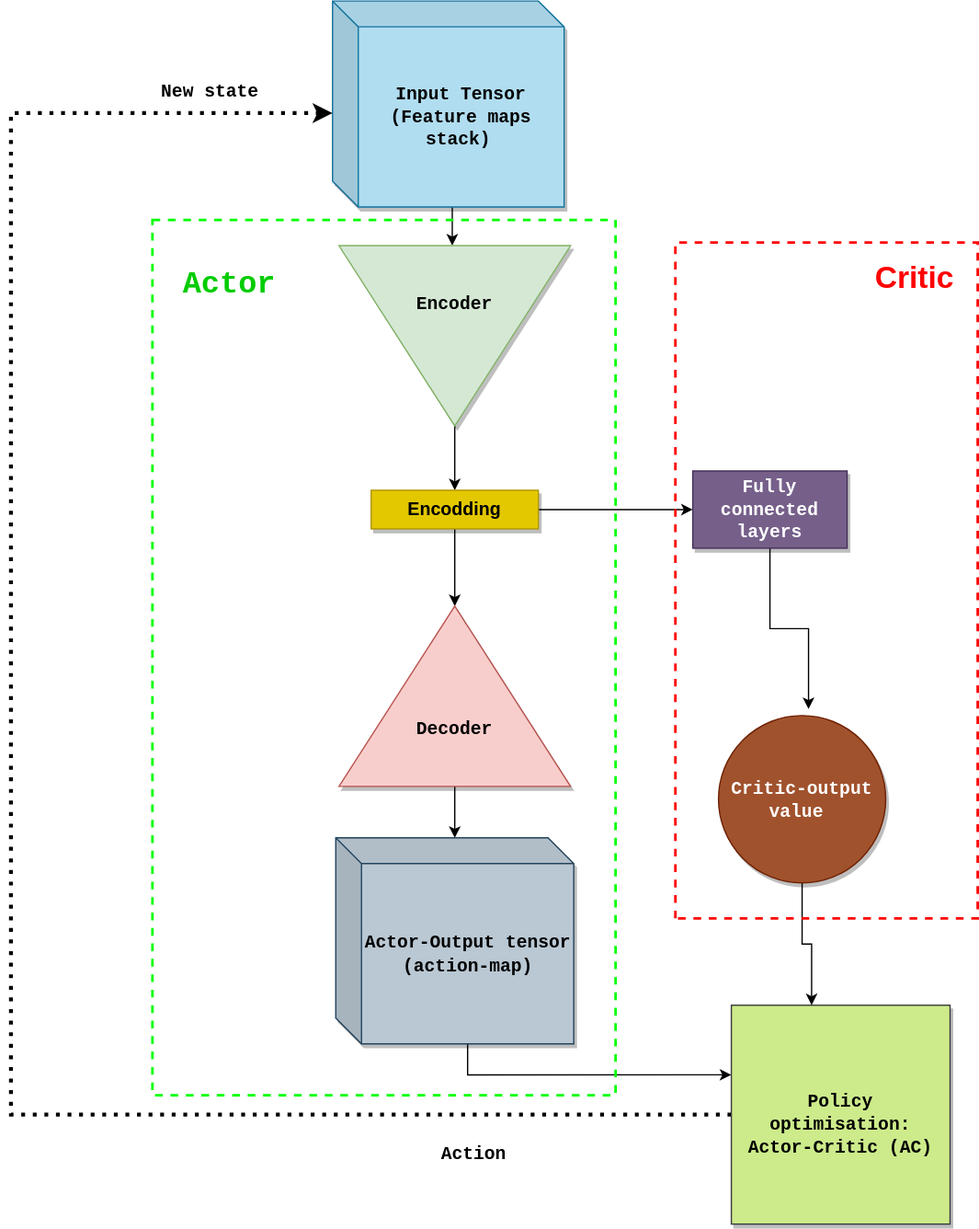
Before: static/img/grid_wise_diag.svg, a diagram exported from draw.io (MehdiZouitine/My_personal_blog). Source tidied: cells renumbered, new cells last; positions are measured from the earlier drawing's top-left corner, leaving out a move shared by most shapes.
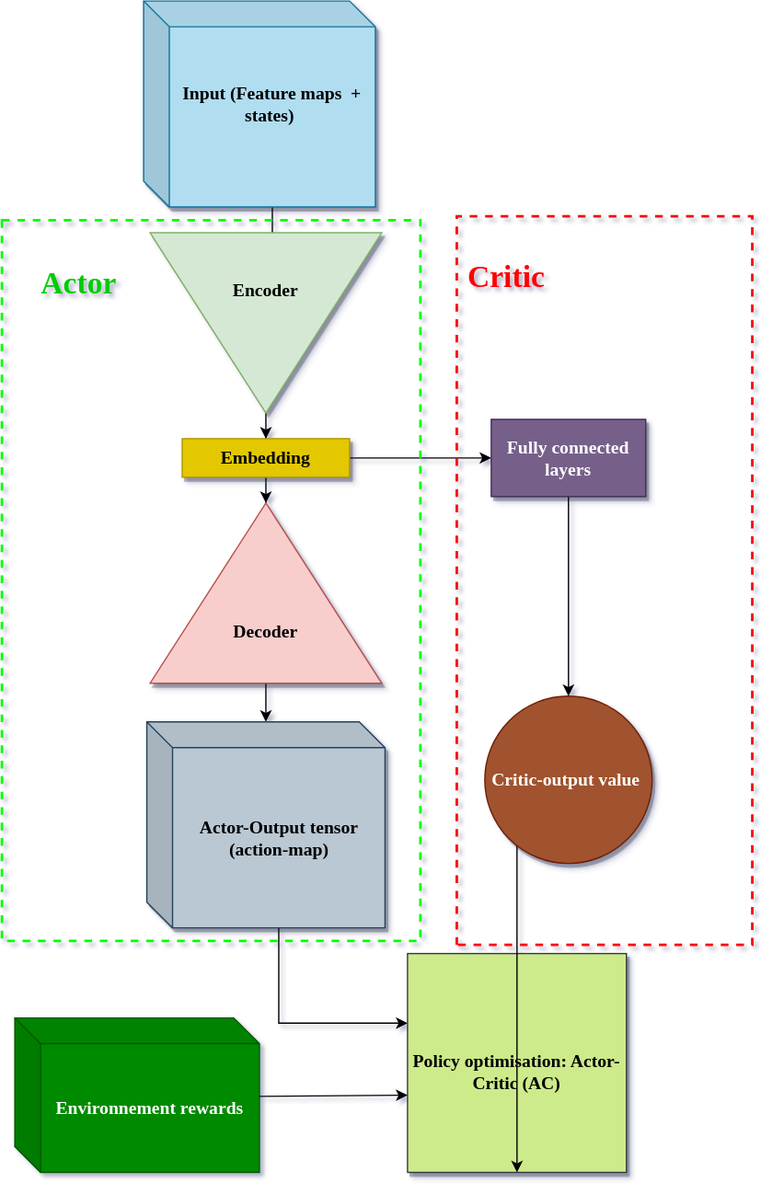
Later version of the same file.

Diff of the diagram source:
```diff
@@ -1,96 +1,90 @@
 <mxGraphModel>
   <root>
-    <mxCell id="0" />
-    <mxCell id="1" parent="0" />
-    <mxCell id="2" style="edgeStyle=orthogonalEdgeStyle;rounded=0;jettySize=auto;html=1;" parent="1" edge="1" source="3" target="5">
-      <mxGeometry relative="1" as="geometry">
-        <Array as="points">
-          <mxPoint x="350" y="200" />
-          <mxPoint x="350" y="200" />
-        </Array>
-      </mxGeometry>
-    </mxCell>
-    <mxCell id="3" style="shape=cube;whiteSpace=wrap;html=1;boundedLbl=1;backgroundOutline=1;darkOpacity=0.05;darkOpacity2=0.1;comic=0;shadow=1;fillColor=#b1ddf0;strokeColor=#10739e;" parent="1" vertex="1">
-      <mxGeometry x="250" width="180" height="160" as="geometry" />
-    </mxCell>
-    <mxCell id="4" style="edgeStyle=orthogonalEdgeStyle;rounded=0;jettySize=auto;html=1;entryX=0.5;entryY=0;entryDx=0;entryDy=0;" parent="1" edge="1" source="5" target="8">
-      <mxGeometry relative="1" as="geometry" />
-    </mxCell>
+    <mxCell id="28" />
+    <mxCell id="29" parent="28" />
+    <mxCell id="30" style="edgeStyle=orthogonalEdgeStyle;rounded=0;jettySize=auto;html=1;" parent="29" edge="1" source="31" target="5">
+      <mxGeometry relative="1" as="geometry">
+        <Array as="points">
+          <mxPoint x="350" y="200" />
+          <mxPoint x="350" y="200" />
+        </Array>
+      </mxGeometry>
+    </mxCell>
+    <mxCell id="31" style="shape=cube;whiteSpace=wrap;html=1;boundedLbl=1;backgroundOutline=1;darkOpacity=0.05;darkOpacity2=0.1;comic=0;shadow=1;fillColor=#b1ddf0;strokeColor=#10739e;" parent="29" vertex="1">
+      <mxGeometry x="250" y="10" width="180" height="160" as="geometry" />
+    </mxCell>
+    <mxCell id="32" style="edgeStyle=orthogonalEdgeStyle;rounded=0;jettySize=auto;html=1;entryX=0.5;entryY=0;entryDx=0;entryDy=0;" parent="29" edge="1" source="5" target="35">
+      <mxGeometry relative="1" as="geometry" />
+    </mxCell>
-    <mxCell id="5" style="triangle;whiteSpace=wrap;html=1;rotation=90;shadow=1;rounded=0;comic=0;fillColor=#d5e8d4;strokeColor=#82b366;" parent="1" vertex="1">
+    <mxCell id="5" style="triangle;whiteSpace=wrap;html=1;rotation=90;shadow=1;rounded=0;comic=0;fillColor=#d5e8d4;strokeColor=#82b366;" parent="29" vertex="1">
       <mxGeometry x="275" y="170" width="140" height="180" as="geometry" />
     </mxCell>
-    <mxCell id="6" style="edgeStyle=orthogonalEdgeStyle;rounded=0;jettySize=auto;html=1;" parent="1" edge="1" source="8" target="10">
-      <mxGeometry relative="1" as="geometry" />
-    </mxCell>
-    <mxCell id="7" style="edgeStyle=orthogonalEdgeStyle;rounded=0;jettySize=auto;html=1;entryX=0;entryY=0.5;entryDx=0;entryDy=0;" parent="1" edge="1" source="8" target="17">
-      <mxGeometry relative="1" as="geometry" />
-    </mxCell>
-    <mxCell id="8" value="&lt;h3&gt;&lt;font color=&quot;#000000&quot;&gt;Encodding&lt;/font&gt;&lt;/h3&gt;" style="rounded=0;whiteSpace=wrap;html=1;shadow=1;comic=0;rotation=0;fillColor=#e3c800;strokeColor=#B09500;fontColor=#ffffff;" parent="1" vertex="1">
-      <mxGeometry x="280" y="380" width="130" height="30" as="geometry" />
-    </mxCell>
-    <mxCell id="9" style="edgeStyle=orthogonalEdgeStyle;rounded=0;jettySize=auto;html=1;" parent="1" edge="1" source="10" target="12">
-      <mxGeometry relative="1" as="geometry" />
-    </mxCell>
-    <mxCell id="10" value="&lt;h3&gt;&lt;br&gt;&lt;/h3&gt;" style="triangle;whiteSpace=wrap;html=1;rotation=-90;shadow=1;rounded=0;comic=0;fillColor=#f8cecc;strokeColor=#b85450;" parent="1" vertex="1">
-      <mxGeometry x="275" y="450" width="140" height="180" as="geometry" />
-    </mxCell>
+    <mxCell id="33" style="edgeStyle=orthogonalEdgeStyle;rounded=0;jettySize=auto;html=1;" parent="29" edge="1" source="35" target="37">
+      <mxGeometry relative="1" as="geometry" />
+    </mxCell>
+    <mxCell id="34" style="edgeStyle=orthogonalEdgeStyle;rounded=0;jettySize=auto;html=1;entryX=0;entryY=0.5;entryDx=0;entryDy=0;" parent="29" edge="1" source="35" target="17">
+      <mxGeometry relative="1" as="geometry" />
+    </mxCell>
+    <mxCell id="35" value="&lt;h3&gt;&lt;font color=&quot;#000000&quot; face=&quot;Georgia&quot;&gt;Embedding&lt;/font&gt;&lt;/h3&gt;" style="rounded=0;whiteSpace=wrap;html=1;shadow=1;comic=0;rotation=0;fillColor=#e3c800;strokeColor=#B09500;fontColor=#ffffff;" parent="29" vertex="1">
+      <mxGeometry x="280" y="350" width="130" height="30" as="geometry" />
+    </mxCell>
+    <mxCell id="36" style="edgeStyle=orthogonalEdgeStyle;rounded=0;jettySize=auto;html=1;" parent="29" edge="1" source="37" target="12">
+      <mxGeometry relative="1" as="geometry" />
+    </mxCell>
+    <mxCell id="37" value="&lt;h3&gt;&lt;br&gt;&lt;/h3&gt;" style="triangle;whiteSpace=wrap;html=1;rotation=-90;shadow=1;rounded=0;comic=0;fillColor=#f8cecc;strokeColor=#b85450;" parent="29" vertex="1">
+      <mxGeometry x="275" y="380" width="140" height="180" as="geometry" />
+    </mxCell>
-    <mxCell id="11" style="edgeStyle=orthogonalEdgeStyle;rounded=0;jettySize=auto;html=1;exitX=0;exitY=0;exitDx=102.5;exitDy=160;exitPerimeter=0;strokeColor=#000000;strokeWidth=1;entryX=0;entryY=0.318;entryDx=0;entryDy=0;entryPerimeter=0;" parent="1" edge="1" source="12" target="19">
+    <mxCell id="11" style="edgeStyle=orthogonalEdgeStyle;rounded=0;jettySize=auto;html=1;exitX=0;exitY=0;exitDx=102.5;exitDy=160;exitPerimeter=0;strokeColor=#000000;strokeWidth=1;entryX=0;entryY=0.318;entryDx=0;entryDy=0;entryPerimeter=0;" parent="29" edge="1" source="12" target="19">
       <mxGeometry relative="1" as="geometry" />
     </mxCell>
-    <mxCell id="12" value="&lt;h3&gt;&lt;font face=&quot;Courier New&quot;&gt;Actor-Output tensor (action-map)&lt;/font&gt;&lt;/h3&gt;" style="shape=cube;whiteSpace=wrap;html=1;boundedLbl=1;backgroundOutline=1;darkOpacity=0.05;darkOpacity2=0.1;fillColor=#bac8d3;strokeColor=#23445d;comic=0;shadow=1;" parent="1" vertex="1">
-      <mxGeometry x="252.5" y="650" width="185" height="160" as="geometry" />
+    <mxCell id="12" value="&lt;h3&gt;&lt;font face=&quot;Georgia&quot;&gt;Actor-Output tensor (action-map)&lt;/font&gt;&lt;/h3&gt;" style="shape=cube;whiteSpace=wrap;html=1;boundedLbl=1;backgroundOutline=1;darkOpacity=0.05;darkOpacity2=0.1;fillColor=#bac8d3;strokeColor=#23445d;comic=0;shadow=1;" parent="29" vertex="1">
+      <mxGeometry x="252.5" y="570" width="185" height="160" as="geometry" />
     </mxCell>
-    <mxCell id="13" value="&lt;h3&gt;&lt;font face=&quot;Courier New&quot;&gt;Input Tensor (Feature maps stack)&lt;/font&gt;&amp;nbsp;&lt;/h3&gt;" style="text;html=1;strokeColor=none;fillColor=none;align=center;verticalAlign=middle;whiteSpace=wrap;rounded=0;shadow=1;comic=0;" parent="1" vertex="1">
-      <mxGeometry x="270" y="10" width="160" height="160" as="geometry" />
-    </mxCell>
+    <mxCell id="38" value="&lt;h3&gt;&lt;font face=&quot;Georgia&quot;&gt;Input (Feature maps&amp;nbsp; + states)&amp;nbsp;&lt;/font&gt;&lt;/h3&gt;" style="text;html=1;strokeColor=none;fillColor=none;align=center;verticalAlign=middle;whiteSpace=wrap;rounded=0;shadow=1;comic=0;" parent="29" vertex="1">
+      <mxGeometry x="270" y="10" width="160" height="160" as="geometry" />
+    </mxCell>
-    <mxCell id="14" value="&lt;h3&gt;&lt;font face=&quot;Courier New&quot;&gt;Encoder&lt;/font&gt;&lt;/h3&gt;" style="text;html=1;strokeColor=none;fillColor=none;align=center;verticalAlign=middle;whiteSpace=wrap;rounded=0;shadow=1;comic=0;" parent="1" vertex="1">
+    <mxCell id="14" value="&lt;h3&gt;&lt;font face=&quot;Georgia&quot;&gt;Encoder&lt;/font&gt;&lt;/h3&gt;" style="text;html=1;strokeColor=none;fillColor=none;align=center;verticalAlign=middle;whiteSpace=wrap;rounded=0;shadow=1;comic=0;" parent="29" vertex="1">
       <mxGeometry x="290" y="190" width="110" height="90" as="geometry" />
     </mxCell>
-    <mxCell id="15" value="&lt;h3&gt;&lt;font face=&quot;Courier New&quot;&gt;Decoder&lt;/font&gt;&lt;/h3&gt;" style="text;html=1;strokeColor=none;fillColor=none;align=center;verticalAlign=middle;whiteSpace=wrap;rounded=0;shadow=1;comic=0;" parent="1" vertex="1">
-      <mxGeometry x="325" y="555" width="40" height="20" as="geometry" />
+    <mxCell id="15" value="&lt;h3&gt;&lt;font&gt;Decoder&lt;/font&gt;&lt;/h3&gt;" style="text;html=1;strokeColor=none;fillColor=none;align=center;verticalAlign=middle;whiteSpace=wrap;rounded=0;shadow=1;comic=0;fontFamily=Georgia;" parent="29" vertex="1">
+      <mxGeometry x="325" y="490" width="40" height="20" as="geometry" />
     </mxCell>
-    <mxCell id="16" style="edgeStyle=orthogonalEdgeStyle;rounded=0;jettySize=auto;html=1;" parent="1" edge="1" source="17">
-      <mxGeometry relative="1" as="geometry">
-        <mxPoint x="620" y="550" as="targetPoint" />
-      </mxGeometry>
-    </mxCell>
+    <mxCell id="39" style="edgeStyle=orthogonalEdgeStyle;rounded=0;jettySize=auto;html=1;" parent="29" edge="1" source="17" target="21">
+      <mxGeometry relative="1" as="geometry" />
+    </mxCell>
-    <mxCell id="17" value="&lt;h3&gt;&lt;font face=&quot;Courier New&quot;&gt;Fully connected layers&lt;/font&gt;&lt;/h3&gt;" style="rounded=0;whiteSpace=wrap;html=1;shadow=1;comic=0;fillColor=#76608a;strokeColor=#432D57;fontColor=#ffffff;" parent="1" vertex="1">
-      <mxGeometry x="530" y="365" width="120" height="60" as="geometry" />
+    <mxCell id="17" value="&lt;h3&gt;&lt;font face=&quot;Georgia&quot;&gt;Fully connected layers&lt;/font&gt;&lt;/h3&gt;" style="rounded=0;whiteSpace=wrap;html=1;shadow=1;comic=0;fillColor=#76608a;strokeColor=#432D57;fontColor=#ffffff;" parent="29" vertex="1">
+      <mxGeometry x="520" y="335" width="120" height="60" as="geometry" />
     </mxCell>
-    <mxCell id="18" style="edgeStyle=orthogonalEdgeStyle;rounded=0;jettySize=auto;html=1;strokeColor=#000000;strokeWidth=3;entryX=0;entryY=0.544;entryDx=0;entryDy=0;entryPerimeter=0;dashed=1;dashPattern=1 2;" parent="1" edge="1" source="19" target="3">
-      <mxGeometry relative="1" as="geometry">
-        <Array as="points">
-          <mxPoint y="865" />
-          <mxPoint y="87" />
-        </Array>
-      </mxGeometry>
-    </mxCell>
-    <mxCell id="19" value="&lt;br&gt;&lt;h3&gt;&lt;font face=&quot;Courier New&quot;&gt;Policy optimisation: Actor-Critic (AC)&lt;/font&gt;&lt;/h3&gt;" style="whiteSpace=wrap;html=1;rounded=0;shadow=1;comic=0;fillColor=#cdeb8b;strokeColor=#36393d;" parent="1" vertex="1">
-      <mxGeometry x="560" y="780" width="170" height="170" as="geometry" />
+    <mxCell id="19" value="&lt;font face=&quot;Georgia&quot;&gt;&lt;br&gt;&lt;/font&gt;&lt;h3&gt;&lt;font face=&quot;Georgia&quot;&gt;Policy optimisation: Actor-Critic (AC)&lt;/font&gt;&lt;/h3&gt;" style="whiteSpace=wrap;html=1;rounded=0;shadow=1;comic=0;fillColor=#cdeb8b;strokeColor=#36393d;" parent="29" vertex="1">
+      <mxGeometry x="455" y="750" width="170" height="170" as="geometry" />
     </mxCell>
-    <mxCell id="20" style="edgeStyle=orthogonalEdgeStyle;rounded=0;jettySize=auto;html=1;entryX=0.367;entryY=0;entryDx=0;entryDy=0;entryPerimeter=0;" parent="1" edge="1" source="21" target="19">
-      <mxGeometry relative="1" as="geometry" />
+    <mxCell id="20" style="edgeStyle=orthogonalEdgeStyle;rounded=0;jettySize=auto;html=1;" parent="29" edge="1" source="21" target="19">
+      <mxGeometry relative="1" as="geometry">
+        <Array as="points">
+          <mxPoint x="540" y="840" />
+        </Array>
+      </mxGeometry>
     </mxCell>
-    <mxCell id="21" value="&lt;h3&gt;&lt;font face=&quot;Courier New&quot;&gt;Critic-output value&amp;nbsp;&lt;/font&gt;&lt;/h3&gt;" style="ellipse;whiteSpace=wrap;html=1;rounded=0;shadow=1;comic=0;fillColor=#a0522d;strokeColor=#6D1F00;fontColor=#ffffff;" parent="1" vertex="1">
-      <mxGeometry x="550" y="555" width="130" height="130" as="geometry" />
+    <mxCell id="21" value="&lt;h3&gt;&lt;font face=&quot;Georgia&quot;&gt;Critic-output value&amp;nbsp;&lt;/font&gt;&lt;/h3&gt;" style="ellipse;whiteSpace=wrap;html=1;rounded=0;shadow=1;comic=0;fillColor=#a0522d;strokeColor=#6D1F00;fontColor=#ffffff;" parent="29" vertex="1">
+      <mxGeometry x="515" y="550" width="130" height="130" as="geometry" />
     </mxCell>
-    <mxCell id="22" style="rounded=0;whiteSpace=wrap;html=1;shadow=0;dashed=1;comic=0;strokeWidth=2;fillColor=none;rotation=-90;strokeColor=#FF0000;glass=0;" parent="1" vertex="1">
-      <mxGeometry x="371.5" y="332.5" width="525" height="235" as="geometry" />
-    </mxCell>
-    <mxCell id="23" style="rounded=0;whiteSpace=wrap;html=1;shadow=0;glass=0;dashed=1;comic=0;strokeWidth=2;fillColor=none;strokeColor=#00FF00;" parent="1" vertex="1">
-      <mxGeometry x="110" y="170" width="360" height="680" as="geometry" />
-    </mxCell>
+    <mxCell id="40" style="rounded=0;whiteSpace=wrap;html=1;shadow=0;dashed=1;comic=0;strokeWidth=2;fillColor=none;rotation=-90;strokeColor=#FF0000;glass=0;" parent="29" vertex="1">
+      <mxGeometry x="325" y="345.5" width="566" height="229.5" as="geometry" />
+    </mxCell>
+    <mxCell id="41" style="rounded=0;whiteSpace=wrap;html=1;shadow=0;glass=0;dashed=1;comic=0;strokeWidth=2;fillColor=none;strokeColor=#00FF00;" parent="29" vertex="1">
+      <mxGeometry x="140" y="180.2" width="325" height="560" as="geometry" />
+    </mxCell>
-    <mxCell id="24" value="&lt;h1&gt;&lt;font face=&quot;Courier New&quot; color=&quot;#00cc00&quot;&gt;Actor&lt;/font&gt;&lt;/h1&gt;" style="text;html=1;strokeColor=none;fillColor=none;align=center;verticalAlign=middle;whiteSpace=wrap;rounded=0;shadow=0;glass=0;dashed=1;comic=0;" parent="1" vertex="1">
-      <mxGeometry x="110" y="180" width="120" height="80" as="geometry" />
+    <mxCell id="24" value="&lt;h1&gt;&lt;font color=&quot;#00cc00&quot; face=&quot;Georgia&quot;&gt;Actor&lt;/font&gt;&lt;/h1&gt;" style="text;html=1;strokeColor=none;fillColor=none;align=center;verticalAlign=middle;whiteSpace=wrap;rounded=0;shadow=0;glass=0;dashed=1;comic=0;" parent="29" vertex="1">
+      <mxGeometry x="140" y="190" width="120" height="80" as="geometry" />
     </mxCell>
-    <mxCell id="25" value="&lt;h1&gt;&lt;font color=&quot;#ff0000&quot;&gt;Critic&lt;/font&gt;&lt;/h1&gt;" style="text;html=1;strokeColor=none;fillColor=none;align=left;verticalAlign=middle;whiteSpace=wrap;rounded=0;shadow=0;glass=0;dashed=1;comic=0;" parent="1" vertex="1">
-      <mxGeometry x="670" y="190" width="70" height="50" as="geometry" />
+    <mxCell id="25" value="&lt;h1&gt;&lt;font color=&quot;#ff0000&quot; face=&quot;Georgia&quot;&gt;Critic&lt;/font&gt;&lt;/h1&gt;" style="text;html=1;strokeColor=none;fillColor=none;align=left;verticalAlign=middle;whiteSpace=wrap;rounded=0;shadow=0;glass=0;dashed=1;comic=0;" parent="29" vertex="1">
+      <mxGeometry x="500" y="200" width="70" height="50" as="geometry" />
     </mxCell>
-    <mxCell id="26" value="&lt;h3&gt;&lt;font face=&quot;Courier New&quot;&gt;Action&lt;/font&gt;&lt;/h3&gt;" style="text;html=1;strokeColor=none;fillColor=none;align=center;verticalAlign=middle;whiteSpace=wrap;rounded=0;shadow=0;glass=0;dashed=1;comic=0;" parent="1" vertex="1">
-      <mxGeometry x="320" y="870" width="80" height="50" as="geometry" />
-    </mxCell>
-    <mxCell id="27" value="&lt;h3&gt;&lt;font face=&quot;Courier New&quot;&gt;New state&lt;/font&gt;&lt;/h3&gt;" style="text;html=1;strokeColor=none;fillColor=none;align=center;verticalAlign=middle;whiteSpace=wrap;rounded=0;shadow=0;glass=0;dashed=1;comic=0;" parent="1" vertex="1">
-      <mxGeometry x="100" y="60" width="110" height="20" as="geometry" />
-    </mxCell>
+    <mxCell id="42" value="&lt;h3&gt;&lt;font face=&quot;Georgia&quot;&gt;Environnement rewards&lt;/font&gt;&lt;/h3&gt;" style="shape=cube;whiteSpace=wrap;html=1;boundedLbl=1;backgroundOutline=1;darkOpacity=0.05;darkOpacity2=0.1;fillColor=#008a00;strokeColor=#005700;fontColor=#ffffff;" parent="29" vertex="1">
+      <mxGeometry x="150" y="800" width="190" height="120" as="geometry" />
+    </mxCell>
+    <mxCell id="43" style="endArrow=classic;html=1;entryX=0;entryY=0.647;entryDx=0;entryDy=0;entryPerimeter=0;exitX=1;exitY=0.508;exitDx=0;exitDy=0;exitPerimeter=0;" parent="29" edge="1" source="42" target="19">
+      <mxGeometry relative="1" as="geometry" />
+    </mxCell>
   </root>
 </mxGraphModel>
```
